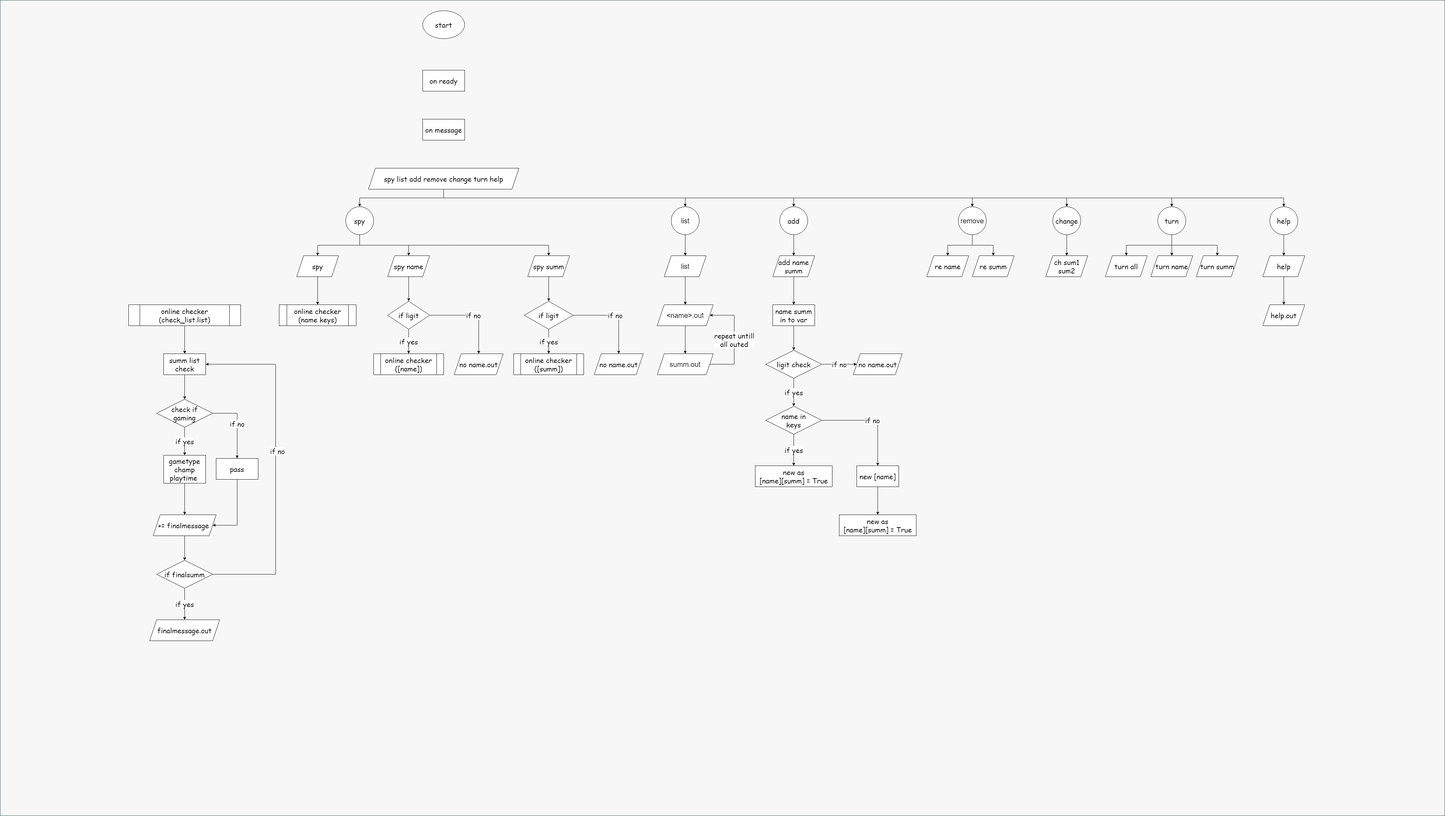
This is Project/Discord_Bot_LOL_online_checker/flowchart.png from KimbobHeaven/STUDY, a draw.io export, as it was before one commit. Source tidied: cells renumbered, new cells last; positions are measured from the earlier drawing's top-left corner, leaving out a move shared by most shapes.
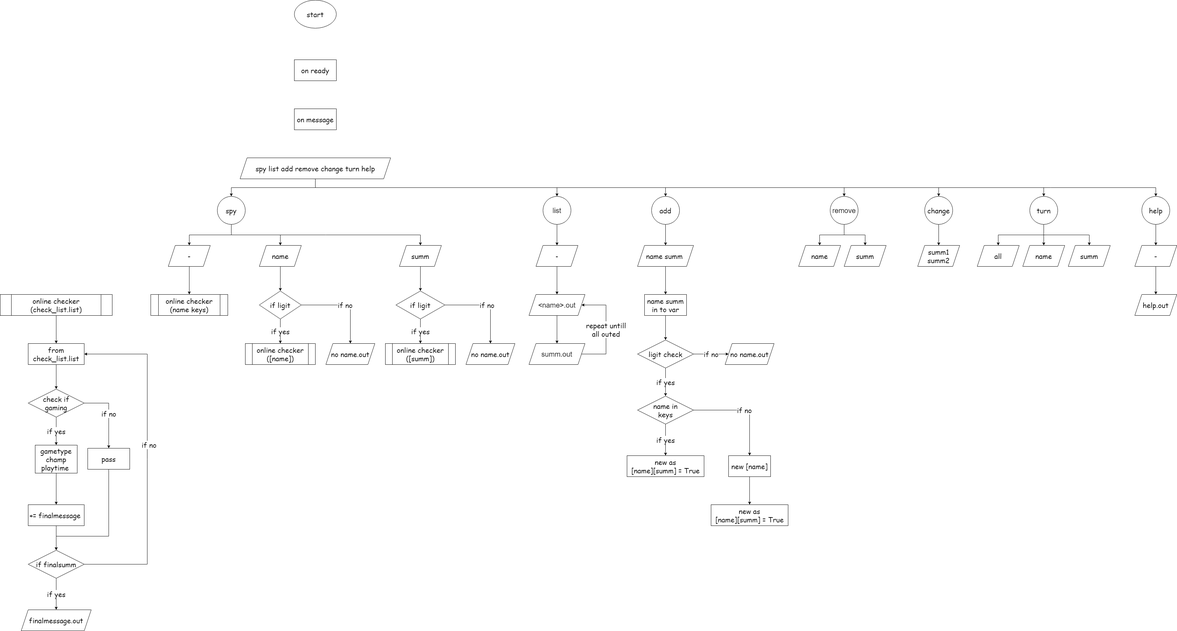
The same file after the commit.

Diff of the diagram source:
```diff
@@ -2,9 +2,6 @@
   <root>
     <mxCell id="0" />
     <mxCell id="1" parent="0" />
-    <mxCell id="2" style="rounded=0;whiteSpace=wrap;html=1;labelBackgroundColor=none;fontFamily=Comic Sans MS;fontSize=20;strokeColor=#314354;shadow=0;glass=0;fontColor=#ffffff;fillColor=#F7F7F7;" parent="1" vertex="1">
-      <mxGeometry width="4127" height="2330" as="geometry" />
-    </mxCell>
     <mxCell id="3" value="&lt;font style=&quot;font-size: 20px;&quot;&gt;start&lt;/font&gt;" style="ellipse;whiteSpace=wrap;html=1;fontSize=20;fontFamily=Comic Sans MS;fontStyle=0;labelBackgroundColor=none;" parent="1" vertex="1">
       <mxGeometry x="1207" y="30" width="120" height="80" as="geometry" />
     </mxCell>
@@ -41,19 +38,19 @@
     <mxCell id="14" style="edgeStyle=orthogonalEdgeStyle;rounded=0;jettySize=auto;html=1;fontFamily=Comic Sans MS;fontSize=20;" parent="1" edge="1" source="15" target="87">
       <mxGeometry relative="1" as="geometry" />
     </mxCell>
-    <mxCell id="15" value="spy" style="shape=parallelogram;perimeter=parallelogramPerimeter;whiteSpace=wrap;html=1;fixedSize=1;fontFamily=Comic Sans MS;fontSize=20;fontStyle=0;" parent="1" vertex="1">
+    <mxCell id="15" value="-" style="shape=parallelogram;perimeter=parallelogramPerimeter;whiteSpace=wrap;html=1;fixedSize=1;fontFamily=Comic Sans MS;fontSize=20;fontStyle=0;" parent="1" vertex="1">
       <mxGeometry x="847" y="730" width="120" height="60" as="geometry" />
     </mxCell>
     <mxCell id="16" style="edgeStyle=orthogonalEdgeStyle;rounded=0;jettySize=auto;html=1;fontFamily=Comic Sans MS;fontSize=20;" parent="1" edge="1" source="17" target="96">
       <mxGeometry relative="1" as="geometry" />
     </mxCell>
-    <mxCell id="17" value="spy name" style="shape=parallelogram;perimeter=parallelogramPerimeter;whiteSpace=wrap;html=1;fixedSize=1;fontFamily=Comic Sans MS;fontSize=20;fontStyle=0;" parent="1" vertex="1">
+    <mxCell id="17" value="name" style="shape=parallelogram;perimeter=parallelogramPerimeter;whiteSpace=wrap;html=1;fixedSize=1;fontFamily=Comic Sans MS;fontSize=20;fontStyle=0;" parent="1" vertex="1">
       <mxGeometry x="1107" y="730" width="120" height="60" as="geometry" />
     </mxCell>
     <mxCell id="18" style="edgeStyle=orthogonalEdgeStyle;rounded=0;jettySize=auto;html=1;fontFamily=Comic Sans MS;fontSize=20;" parent="1" edge="1" source="19" target="92">
       <mxGeometry relative="1" as="geometry" />
     </mxCell>
-    <mxCell id="19" value="spy summ" style="shape=parallelogram;perimeter=parallelogramPerimeter;whiteSpace=wrap;html=1;fixedSize=1;fontFamily=Comic Sans MS;fontSize=20;fontStyle=0;" parent="1" vertex="1">
+    <mxCell id="19" value="summ" style="shape=parallelogram;perimeter=parallelogramPerimeter;whiteSpace=wrap;html=1;fixedSize=1;fontFamily=Comic Sans MS;fontSize=20;fontStyle=0;" parent="1" vertex="1">
       <mxGeometry x="1507" y="730" width="120" height="60" as="geometry" />
     </mxCell>
     <mxCell id="20" style="edgeStyle=orthogonalEdgeStyle;rounded=0;jettySize=auto;html=1;exitX=0.5;exitY=1;exitDx=0;exitDy=0;fontFamily=Comic Sans MS;fontSize=20;" parent="1" edge="1" source="23" target="15">
@@ -77,7 +74,7 @@
     <mxCell id="26" style="edgeStyle=orthogonalEdgeStyle;rounded=0;jettySize=auto;html=1;fontFamily=Comic Sans MS;fontSize=20;" parent="1" edge="1" source="27" target="66">
       <mxGeometry relative="1" as="geometry" />
     </mxCell>
-    <mxCell id="27" value="list" style="shape=parallelogram;perimeter=parallelogramPerimeter;whiteSpace=wrap;html=1;fixedSize=1;fontSize=20;" parent="1" vertex="1">
+    <mxCell id="27" value="-" style="shape=parallelogram;perimeter=parallelogramPerimeter;whiteSpace=wrap;html=1;fixedSize=1;fontSize=20;" parent="1" vertex="1">
       <mxGeometry x="1897" y="730" width="120" height="60" as="geometry" />
     </mxCell>
     <mxCell id="28" style="edgeStyle=orthogonalEdgeStyle;rounded=0;jettySize=auto;html=1;fontFamily=Comic Sans MS;fontSize=20;" parent="1" edge="1" source="29" target="42">
@@ -122,31 +119,31 @@
     <mxCell id="41" style="edgeStyle=orthogonalEdgeStyle;rounded=0;jettySize=auto;html=1;fontFamily=Comic Sans MS;fontSize=20;" parent="1" edge="1" source="42" target="53">
       <mxGeometry relative="1" as="geometry" />
     </mxCell>
-    <mxCell id="42" value="add name&lt;br style=&quot;font-size: 20px;&quot;&gt;summ" style="shape=parallelogram;perimeter=parallelogramPerimeter;whiteSpace=wrap;html=1;fixedSize=1;labelBackgroundColor=none;fontFamily=Comic Sans MS;fontSize=20;" parent="1" vertex="1">
-      <mxGeometry x="2207" y="730" width="120" height="60" as="geometry" />
+    <mxCell id="42" value="name summ&amp;nbsp;" style="shape=parallelogram;perimeter=parallelogramPerimeter;whiteSpace=wrap;html=1;fixedSize=1;labelBackgroundColor=none;fontFamily=Comic Sans MS;fontSize=20;" parent="1" vertex="1">
+      <mxGeometry x="2187" y="730" width="160" height="60" as="geometry" />
     </mxCell>
-    <mxCell id="43" value="re name" style="shape=parallelogram;perimeter=parallelogramPerimeter;whiteSpace=wrap;html=1;fixedSize=1;labelBackgroundColor=none;fontFamily=Comic Sans MS;fontSize=20;" parent="1" vertex="1">
+    <mxCell id="43" value="name" style="shape=parallelogram;perimeter=parallelogramPerimeter;whiteSpace=wrap;html=1;fixedSize=1;labelBackgroundColor=none;fontFamily=Comic Sans MS;fontSize=20;" parent="1" vertex="1">
       <mxGeometry x="2647" y="730" width="120" height="60" as="geometry" />
     </mxCell>
-    <mxCell id="44" value="re summ" style="shape=parallelogram;perimeter=parallelogramPerimeter;whiteSpace=wrap;html=1;fixedSize=1;labelBackgroundColor=none;fontFamily=Comic Sans MS;fontSize=20;" parent="1" vertex="1">
+    <mxCell id="44" value="summ" style="shape=parallelogram;perimeter=parallelogramPerimeter;whiteSpace=wrap;html=1;fixedSize=1;labelBackgroundColor=none;fontFamily=Comic Sans MS;fontSize=20;" parent="1" vertex="1">
       <mxGeometry x="2777" y="730" width="120" height="60" as="geometry" />
     </mxCell>
-    <mxCell id="45" value="ch sum1&lt;br style=&quot;font-size: 20px;&quot;&gt;sum2" style="shape=parallelogram;perimeter=parallelogramPerimeter;whiteSpace=wrap;html=1;fixedSize=1;labelBackgroundColor=none;fontFamily=Comic Sans MS;fontSize=20;" parent="1" vertex="1">
+    <mxCell id="45" value="summ1&lt;br&gt;summ2" style="shape=parallelogram;perimeter=parallelogramPerimeter;whiteSpace=wrap;html=1;fixedSize=1;labelBackgroundColor=none;fontFamily=Comic Sans MS;fontSize=20;" parent="1" vertex="1">
       <mxGeometry x="2987" y="730" width="120" height="60" as="geometry" />
     </mxCell>
-    <mxCell id="46" value="turn all" style="shape=parallelogram;perimeter=parallelogramPerimeter;whiteSpace=wrap;html=1;fixedSize=1;labelBackgroundColor=none;fontFamily=Comic Sans MS;fontSize=20;" parent="1" vertex="1">
+    <mxCell id="46" value="all" style="shape=parallelogram;perimeter=parallelogramPerimeter;whiteSpace=wrap;html=1;fixedSize=1;labelBackgroundColor=none;fontFamily=Comic Sans MS;fontSize=20;" parent="1" vertex="1">
       <mxGeometry x="3157" y="730" width="120" height="60" as="geometry" />
     </mxCell>
-    <mxCell id="47" value="turn name" style="shape=parallelogram;perimeter=parallelogramPerimeter;whiteSpace=wrap;html=1;fixedSize=1;labelBackgroundColor=none;fontFamily=Comic Sans MS;fontSize=20;" parent="1" vertex="1">
+    <mxCell id="47" value="name" style="shape=parallelogram;perimeter=parallelogramPerimeter;whiteSpace=wrap;html=1;fixedSize=1;labelBackgroundColor=none;fontFamily=Comic Sans MS;fontSize=20;" parent="1" vertex="1">
       <mxGeometry x="3287" y="730" width="120" height="60" as="geometry" />
     </mxCell>
-    <mxCell id="48" value="turn summ" style="shape=parallelogram;perimeter=parallelogramPerimeter;whiteSpace=wrap;html=1;fixedSize=1;labelBackgroundColor=none;fontFamily=Comic Sans MS;fontSize=20;" parent="1" vertex="1">
+    <mxCell id="48" value="summ" style="shape=parallelogram;perimeter=parallelogramPerimeter;whiteSpace=wrap;html=1;fixedSize=1;labelBackgroundColor=none;fontFamily=Comic Sans MS;fontSize=20;" parent="1" vertex="1">
       <mxGeometry x="3417" y="730" width="120" height="60" as="geometry" />
     </mxCell>
     <mxCell id="49" style="edgeStyle=orthogonalEdgeStyle;rounded=0;jettySize=auto;html=1;fontFamily=Comic Sans MS;fontSize=20;" parent="1" edge="1" source="50" target="51">
       <mxGeometry relative="1" as="geometry" />
     </mxCell>
-    <mxCell id="50" value="help" style="shape=parallelogram;perimeter=parallelogramPerimeter;whiteSpace=wrap;html=1;fixedSize=1;labelBackgroundColor=none;fontFamily=Comic Sans MS;fontSize=20;" parent="1" vertex="1">
+    <mxCell id="50" value="-" style="shape=parallelogram;perimeter=parallelogramPerimeter;whiteSpace=wrap;html=1;fixedSize=1;labelBackgroundColor=none;fontFamily=Comic Sans MS;fontSize=20;" parent="1" vertex="1">
       <mxGeometry x="3607" y="730" width="120" height="60" as="geometry" />
     </mxCell>
     <mxCell id="51" value="help.out" style="shape=parallelogram;perimeter=parallelogramPerimeter;whiteSpace=wrap;html=1;fixedSize=1;labelBackgroundColor=none;fontFamily=Comic Sans MS;fontSize=20;" parent="1" vertex="1">
@@ -211,8 +208,8 @@
     <mxCell id="69" style="edgeStyle=orthogonalEdgeStyle;rounded=0;jettySize=auto;html=1;fontFamily=Comic Sans MS;fontSize=20;" parent="1" edge="1" source="70" target="73">
       <mxGeometry relative="1" as="geometry" />
     </mxCell>
-    <mxCell id="70" value="summ list check" style="whiteSpace=wrap;html=1;fontFamily=Comic Sans MS;fontSize=20;fontStyle=0;" parent="1" vertex="1">
-      <mxGeometry x="467" y="1010" width="120" height="60" as="geometry" />
+    <mxCell id="70" value="from&lt;br&gt;check_list.list" style="whiteSpace=wrap;html=1;fontFamily=Comic Sans MS;fontSize=20;fontStyle=0;" parent="1" vertex="1">
+      <mxGeometry x="447" y="1010" width="160" height="60" as="geometry" />
     </mxCell>
     <mxCell id="71" value="if yes" style="edgeStyle=orthogonalEdgeStyle;rounded=0;jettySize=auto;html=1;fontFamily=Comic Sans MS;fontSize=20;" parent="1" edge="1" source="73" target="75">
       <mxGeometry relative="1" as="geometry" />
@@ -223,25 +220,25 @@
     <mxCell id="73" value="check if&lt;br&gt;gaming" style="rhombus;whiteSpace=wrap;html=1;fontFamily=Comic Sans MS;fontSize=20;fontStyle=0;" parent="1" vertex="1">
       <mxGeometry x="447" y="1140" width="160" height="80" as="geometry" />
     </mxCell>
-    <mxCell id="74" style="edgeStyle=orthogonalEdgeStyle;rounded=0;jettySize=auto;html=1;fontFamily=Comic Sans MS;fontSize=20;" parent="1" edge="1" source="75" target="77">
+    <mxCell id="74" style="edgeStyle=orthogonalEdgeStyle;rounded=0;jettySize=auto;html=1;" parent="1" edge="1" source="75" target="77">
       <mxGeometry relative="1" as="geometry" />
     </mxCell>
     <mxCell id="75" value="gametype&lt;br&gt;champ&lt;br&gt;playtime&amp;nbsp;" style="whiteSpace=wrap;html=1;fontFamily=Comic Sans MS;fontSize=20;fontStyle=0;" parent="1" vertex="1">
       <mxGeometry x="467" y="1300" width="120" height="80" as="geometry" />
     </mxCell>
-    <mxCell id="76" style="edgeStyle=orthogonalEdgeStyle;rounded=0;jettySize=auto;html=1;fontFamily=Comic Sans MS;fontSize=20;" parent="1" edge="1" source="77" target="83">
-      <mxGeometry relative="1" as="geometry" />
+    <mxCell id="76" style="edgeStyle=orthogonalEdgeStyle;rounded=0;jettySize=auto;html=1;fontFamily=Comic Sans MS;fontSize=20;" parent="1" edge="1" target="83">
+      <mxGeometry relative="1" as="geometry">
+        <mxPoint x="527" y="1530" as="sourcePoint" />
+      </mxGeometry>
     </mxCell>
-    <mxCell id="77" value="+= finalmessage&amp;nbsp;" style="shape=parallelogram;perimeter=parallelogramPerimeter;whiteSpace=wrap;html=1;fixedSize=1;fontFamily=Comic Sans MS;fontSize=20;fontStyle=0;" parent="1" vertex="1">
-      <mxGeometry x="437" y="1470" width="180" height="60" as="geometry" />
-    </mxCell>
-    <mxCell id="78" style="edgeStyle=orthogonalEdgeStyle;rounded=0;jettySize=auto;html=1;fontFamily=Comic Sans MS;fontSize=20;" parent="1" edge="1" source="79" target="77">
-      <mxGeometry relative="1" as="geometry">
-        <Array as="points">
-          <mxPoint x="677" y="1500" />
-        </Array>
-      </mxGeometry>
-    </mxCell>
+    <mxCell id="98" style="edgeStyle=orthogonalEdgeStyle;rounded=0;jettySize=auto;html=1;entryX=0.5;entryY=0;entryDx=0;entryDy=0;" parent="1" edge="1" source="79" target="83">
+      <mxGeometry relative="1" as="geometry">
+        <Array as="points">
+          <mxPoint x="677" y="1560" />
+          <mxPoint x="527" y="1560" />
+        </Array>
+      </mxGeometry>
+    </mxCell>
     <mxCell id="79" value="pass" style="whiteSpace=wrap;html=1;fontFamily=Comic Sans MS;fontSize=20;fontStyle=0;" parent="1" vertex="1">
       <mxGeometry x="617" y="1309" width="120" height="60" as="geometry" />
     </mxCell>
@@ -304,5 +301,8 @@
     <mxCell id="97" value="no name.out" style="shape=parallelogram;perimeter=parallelogramPerimeter;whiteSpace=wrap;html=1;fixedSize=1;fontFamily=Comic Sans MS;fontSize=20;fontStyle=0;" parent="1" vertex="1">
       <mxGeometry x="1297" y="1010" width="140" height="60" as="geometry" />
     </mxCell>
+    <mxCell id="77" value="&lt;span&gt;+= finalmessage&amp;nbsp;&lt;/span&gt;" style="whiteSpace=wrap;html=1;fontFamily=Comic Sans MS;fontSize=20;fontStyle=0;" parent="1" vertex="1">
+      <mxGeometry x="447" y="1470" width="160" height="60" as="geometry" />
+    </mxCell>
   </root>
 </mxGraphModel>
```
